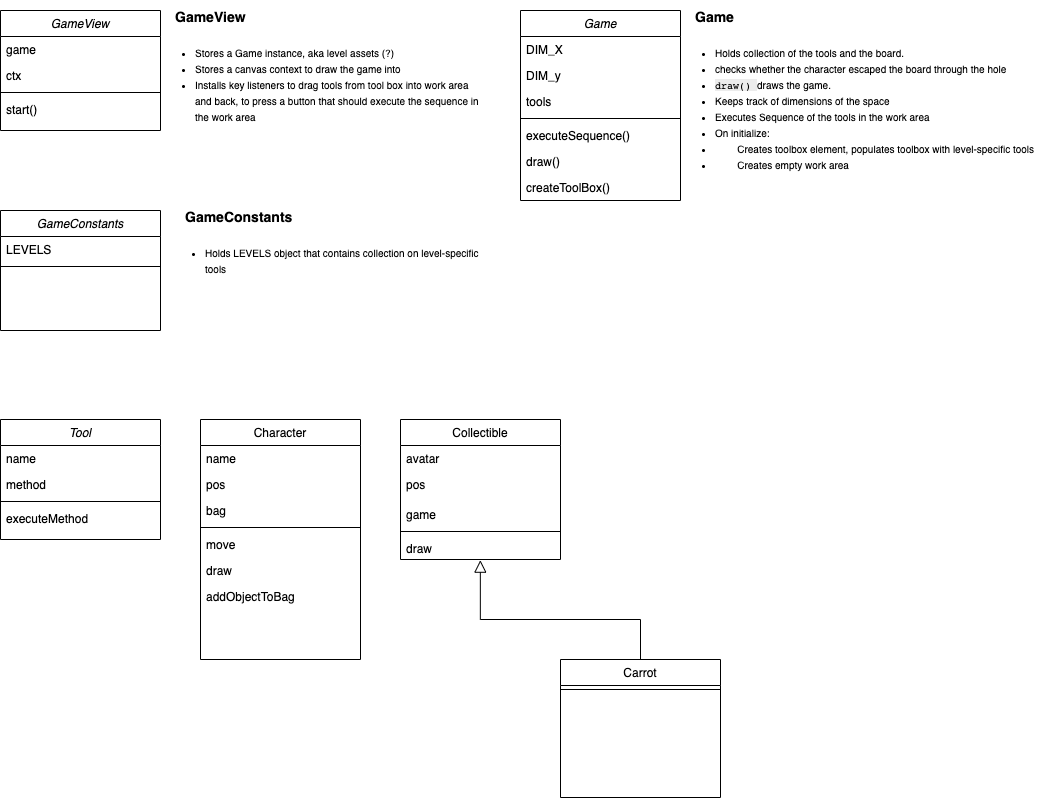
Above: design/who_stole_the_apple_class_structure.drawio.png in mariavaghani/who_stole_the_apple (draw.io), before the change. Source tidied: cells renumbered, new cells last; positions are measured from the earlier drawing's top-left corner, leaving out a move shared by most shapes.
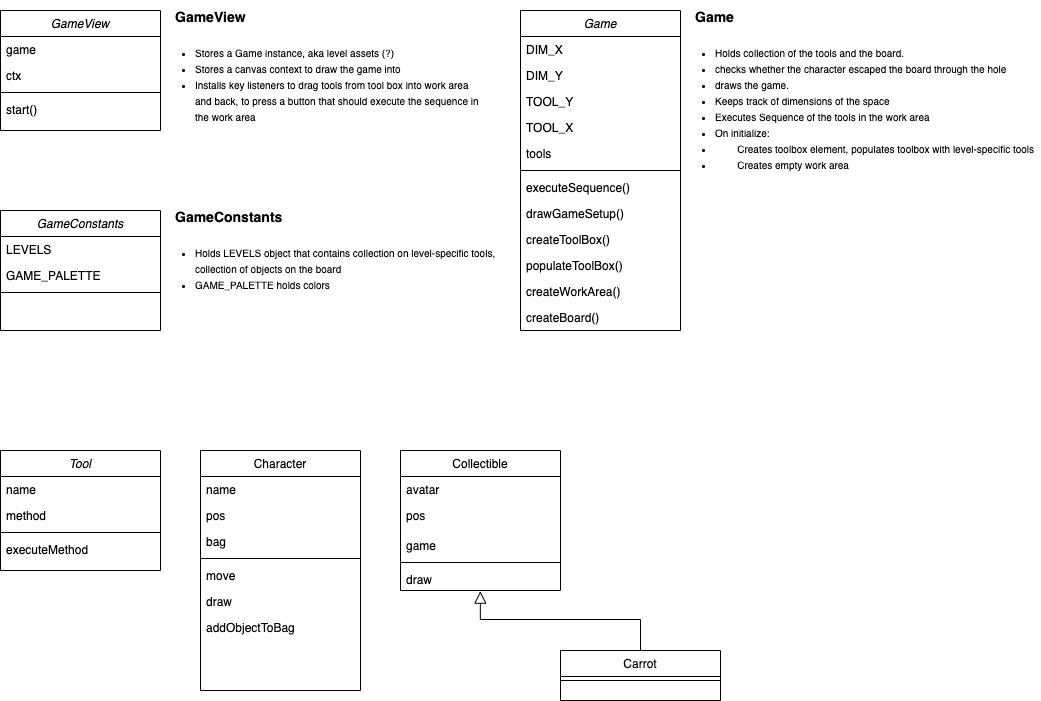
Above is the later version.

The edit, as a diff of the source:
```diff
@@ -3,7 +3,7 @@
     <mxCell id="0" />
     <mxCell id="1" parent="0" />
     <mxCell id="2" value="Character" style="swimlane;fontStyle=0;align=center;verticalAlign=top;horizontal=1;startSize=26;rounded=0;shadow=0;strokeWidth=1;" parent="1" vertex="1">
-      <mxGeometry x="200" y="409" width="160" height="240" as="geometry" />
+      <mxGeometry x="200" y="440" width="160" height="240" as="geometry" />
     </mxCell>
     <mxCell id="3" value="name" style="text;align=left;verticalAlign=top;spacingLeft=4;spacingRight=4;overflow=hidden;" parent="2" vertex="1">
       <mxGeometry y="26" width="160" height="26" as="geometry" />
@@ -27,7 +27,7 @@
       <mxGeometry y="164" width="160" height="26" as="geometry" />
     </mxCell>
     <mxCell id="10" value="Tool" style="swimlane;fontStyle=2;align=center;verticalAlign=top;horizontal=1;startSize=26;rounded=0;shadow=0;strokeWidth=1;" parent="1" vertex="1">
-      <mxGeometry y="409" width="160" height="120" as="geometry" />
+      <mxGeometry y="440" width="160" height="120" as="geometry" />
     </mxCell>
     <mxCell id="11" value="name" style="text;align=left;verticalAlign=top;spacingLeft=4;spacingRight=4;overflow=hidden;" parent="10" vertex="1">
       <mxGeometry y="26" width="160" height="26" as="geometry" />
@@ -42,7 +42,7 @@
       <mxGeometry y="86" width="160" height="26" as="geometry" />
     </mxCell>
     <mxCell id="15" value="Collectible" style="swimlane;fontStyle=0;align=center;verticalAlign=top;horizontal=1;startSize=26;rounded=0;shadow=0;strokeWidth=1;" parent="1" vertex="1">
-      <mxGeometry x="400" y="409" width="160" height="140" as="geometry" />
+      <mxGeometry x="400" y="440" width="160" height="140" as="geometry" />
     </mxCell>
     <mxCell id="16" value="avatar" style="text;align=left;verticalAlign=top;spacingLeft=4;spacingRight=4;overflow=hidden;" parent="15" vertex="1">
       <mxGeometry y="26" width="160" height="26" as="geometry" />
@@ -60,7 +60,7 @@
       <mxGeometry y="116" width="160" height="24" as="geometry" />
     </mxCell>
     <mxCell id="21" value="Carrot" style="swimlane;fontStyle=0;align=center;verticalAlign=top;horizontal=1;startSize=26;rounded=0;shadow=0;strokeWidth=1;" parent="1" vertex="1">
-      <mxGeometry x="560" y="649" width="160" height="138" as="geometry" />
+      <mxGeometry x="560" y="640" width="160" height="50" as="geometry" />
     </mxCell>
     <mxCell id="22" style="line;html=1;strokeWidth=1;align=left;verticalAlign=middle;spacingTop=-1;spacingLeft=3;spacingRight=3;labelPosition=right;" parent="21" vertex="1">
       <mxGeometry y="26" width="160" height="8" as="geometry" />
@@ -73,30 +73,45 @@
       </mxGeometry>
     </mxCell>
     <mxCell id="24" value="Game" style="swimlane;fontStyle=2;align=center;verticalAlign=top;horizontal=1;startSize=26;rounded=0;shadow=0;strokeWidth=1;" parent="1" vertex="1">
-      <mxGeometry x="520" width="160" height="190" as="geometry" />
+      <mxGeometry x="520" width="160" height="320" as="geometry" />
     </mxCell>
     <mxCell id="25" value="DIM_X" style="text;align=left;verticalAlign=top;spacingLeft=4;spacingRight=4;overflow=hidden;" parent="24" vertex="1">
       <mxGeometry y="26" width="160" height="26" as="geometry" />
     </mxCell>
-    <mxCell id="26" value="DIM_y" style="text;align=left;verticalAlign=top;spacingLeft=4;spacingRight=4;overflow=hidden;" parent="24" vertex="1">
+    <mxCell id="26" value="DIM_Y" style="text;align=left;verticalAlign=top;spacingLeft=4;spacingRight=4;overflow=hidden;" parent="24" vertex="1">
       <mxGeometry y="52" width="160" height="26" as="geometry" />
     </mxCell>
+    <mxCell id="43" value="TOOL_Y" style="text;align=left;verticalAlign=top;spacingLeft=4;spacingRight=4;overflow=hidden;" parent="24" vertex="1">
+      <mxGeometry y="78" width="160" height="26" as="geometry" />
+    </mxCell>
+    <mxCell id="44" value="TOOL_X" style="text;align=left;verticalAlign=top;spacingLeft=4;spacingRight=4;overflow=hidden;" parent="24" vertex="1">
+      <mxGeometry y="104" width="160" height="26" as="geometry" />
+    </mxCell>
     <mxCell id="27" value="tools" style="text;align=left;verticalAlign=top;spacingLeft=4;spacingRight=4;overflow=hidden;" parent="24" vertex="1">
-      <mxGeometry y="78" width="160" height="26" as="geometry" />
+      <mxGeometry y="130" width="160" height="26" as="geometry" />
     </mxCell>
     <mxCell id="28" style="line;html=1;strokeWidth=1;align=left;verticalAlign=middle;spacingTop=-1;spacingLeft=3;spacingRight=3;labelPosition=right;" parent="24" vertex="1">
-      <mxGeometry y="104" width="160" height="8" as="geometry" />
+      <mxGeometry y="156" width="160" height="8" as="geometry" />
     </mxCell>
     <mxCell id="29" value="executeSequence()" style="text;align=left;verticalAlign=top;spacingLeft=4;spacingRight=4;overflow=hidden;" parent="24" vertex="1">
-      <mxGeometry y="112" width="160" height="26" as="geometry" />
+      <mxGeometry y="164" width="160" height="26" as="geometry" />
     </mxCell>
-    <mxCell id="30" value="draw()" style="text;align=left;verticalAlign=top;spacingLeft=4;spacingRight=4;overflow=hidden;" parent="24" vertex="1">
-      <mxGeometry y="138" width="160" height="26" as="geometry" />
+    <mxCell id="30" value="drawGameSetup()" style="text;align=left;verticalAlign=top;spacingLeft=4;spacingRight=4;overflow=hidden;" parent="24" vertex="1">
+      <mxGeometry y="190" width="160" height="26" as="geometry" />
     </mxCell>
     <mxCell id="31" value="createToolBox()" style="text;align=left;verticalAlign=top;spacingLeft=4;spacingRight=4;overflow=hidden;" parent="24" vertex="1">
-      <mxGeometry y="164" width="160" height="26" as="geometry" />
+      <mxGeometry y="216" width="160" height="26" as="geometry" />
     </mxCell>
+    <mxCell id="45" value="populateToolBox()" style="text;align=left;verticalAlign=top;spacingLeft=4;spacingRight=4;overflow=hidden;" parent="24" vertex="1">
+      <mxGeometry y="242" width="160" height="26" as="geometry" />
+    </mxCell>
+    <mxCell id="46" value="createWorkArea()" style="text;align=left;verticalAlign=top;spacingLeft=4;spacingRight=4;overflow=hidden;" parent="24" vertex="1">
+      <mxGeometry y="268" width="160" height="26" as="geometry" />
+    </mxCell>
+    <mxCell id="47" value="createBoard()" style="text;align=left;verticalAlign=top;spacingLeft=4;spacingRight=4;overflow=hidden;" parent="24" vertex="1">
+      <mxGeometry y="294" width="160" height="26" as="geometry" />
+    </mxCell>
-    <mxCell id="32" value="&lt;h1 style=&quot;font-size: 14px&quot;&gt;&lt;font style=&quot;font-size: 14px&quot;&gt;Game&lt;/font&gt;&lt;/h1&gt;&lt;ul style=&quot;margin: 20px auto 40px ; padding: 0px 0px 0px 20px ; border: 0px ; outline: 0px ; font-stretch: inherit ; line-height: 1.6 ; vertical-align: baseline ; list-style-position: outside ; list-style-image: none ; max-width: 700px ; font-size: 10px&quot;&gt;&lt;li style=&quot;background-color: rgb(255 , 255 , 255)&quot;&gt;&lt;span style=&quot;font-size: 10px ; color: inherit ; font-family: inherit ; font-style: inherit ; background-color: rgb(255 , 255 , 255)&quot;&gt;Holds collection of the tools and the board.&lt;/span&gt;&lt;/li&gt;&lt;li style=&quot;background-color: rgb(255 , 255 , 255)&quot;&gt;checks whether the character escaped the board through the hole&lt;/li&gt;&lt;li&gt;&lt;span style=&quot;font-size: 10px ; color: inherit ; font-style: inherit ; background-color: rgba(0 , 0 , 0 , 0.075)&quot;&gt;&lt;font face=&quot;inconsolata, monospace&quot;&gt;draw()&amp;nbsp;&lt;/font&gt;&lt;/span&gt;&lt;span style=&quot;background-color: rgb(255 , 255 , 255) ; font-size: 10px ; color: inherit ; font-family: inherit ; font-style: inherit&quot;&gt;draws the game.&lt;/span&gt;&lt;/li&gt;&lt;li style=&quot;background-color: rgb(255 , 255 , 255)&quot;&gt;&lt;span style=&quot;font-size: 10px ; color: inherit ; font-family: inherit ; font-style: inherit ; background-color: rgb(255 , 255 , 255)&quot;&gt;Keeps track of dimensions of the space&lt;/span&gt;&lt;/li&gt;&lt;li style=&quot;background-color: rgb(255 , 255 , 255)&quot;&gt;&lt;span style=&quot;font-size: 10px ; color: inherit ; font-family: inherit ; font-style: inherit ; background-color: rgb(255 , 255 , 255)&quot;&gt;Executes Sequence of the tools in the work area&lt;/span&gt;&lt;/li&gt;&lt;li style=&quot;background-color: rgb(255 , 255 , 255)&quot;&gt;&lt;span style=&quot;font-size: 10px ; color: inherit ; font-family: inherit ; font-style: inherit ; background-color: rgb(255 , 255 , 255)&quot;&gt;On initialize:&lt;/span&gt;&lt;/li&gt;&lt;li style=&quot;background-color: rgb(255 , 255 , 255)&quot;&gt;&lt;span style=&quot;font-size: 10px ; color: inherit ; font-family: inherit ; font-style: inherit ; background-color: rgb(255 , 255 , 255)&quot;&gt;&lt;span style=&quot;white-space: pre&quot;&gt;&#9;&lt;/span&gt;Creates toolbox element, populates toolbox with level-specific tools&lt;br&gt;&lt;/span&gt;&lt;/li&gt;&lt;li style=&quot;background-color: rgb(255 , 255 , 255)&quot;&gt;&lt;span style=&quot;font-size: 10px ; color: inherit ; font-family: inherit ; font-style: inherit ; background-color: rgb(255 , 255 , 255)&quot;&gt;&lt;span style=&quot;white-space: pre&quot;&gt;&#9;&lt;/span&gt;Creates empty work area&lt;br&gt;&lt;/span&gt;&lt;/li&gt;&lt;/ul&gt;" style="text;html=1;strokeColor=none;fillColor=none;spacing=5;spacingTop=-20;whiteSpace=wrap;overflow=hidden;rounded=0;" parent="1" vertex="1">
+    <mxCell id="32" value="&lt;h1 style=&quot;font-size: 14px&quot;&gt;&lt;font style=&quot;font-size: 14px&quot;&gt;Game&lt;/font&gt;&lt;/h1&gt;&lt;ul style=&quot;margin: 20px auto 40px ; padding: 0px 0px 0px 20px ; border: 0px ; outline: 0px ; font-stretch: inherit ; line-height: 1.6 ; vertical-align: baseline ; list-style-position: outside ; list-style-image: none ; max-width: 700px ; font-size: 10px&quot;&gt;&lt;li style=&quot;background-color: rgb(255 , 255 , 255)&quot;&gt;&lt;span style=&quot;font-size: 10px ; color: inherit ; font-family: inherit ; font-style: inherit ; background-color: rgb(255 , 255 , 255)&quot;&gt;Holds collection of the tools and the board.&lt;/span&gt;&lt;/li&gt;&lt;li style=&quot;background-color: rgb(255 , 255 , 255)&quot;&gt;checks whether the character escaped the board through the hole&lt;/li&gt;&lt;li&gt;&lt;span style=&quot;background-color: rgb(255 , 255 , 255) ; font-size: 10px ; color: inherit ; font-family: inherit ; font-style: inherit&quot;&gt;draws the game.&lt;/span&gt;&lt;/li&gt;&lt;li style=&quot;background-color: rgb(255 , 255 , 255)&quot;&gt;&lt;span style=&quot;font-size: 10px ; color: inherit ; font-family: inherit ; font-style: inherit ; background-color: rgb(255 , 255 , 255)&quot;&gt;Keeps track of dimensions of the space&lt;/span&gt;&lt;/li&gt;&lt;li style=&quot;background-color: rgb(255 , 255 , 255)&quot;&gt;&lt;span style=&quot;font-size: 10px ; color: inherit ; font-family: inherit ; font-style: inherit ; background-color: rgb(255 , 255 , 255)&quot;&gt;Executes Sequence of the tools in the work area&lt;/span&gt;&lt;/li&gt;&lt;li style=&quot;background-color: rgb(255 , 255 , 255)&quot;&gt;&lt;span style=&quot;font-size: 10px ; color: inherit ; font-family: inherit ; font-style: inherit ; background-color: rgb(255 , 255 , 255)&quot;&gt;On initialize:&lt;/span&gt;&lt;/li&gt;&lt;li style=&quot;background-color: rgb(255 , 255 , 255)&quot;&gt;&lt;span style=&quot;font-size: 10px ; color: inherit ; font-family: inherit ; font-style: inherit ; background-color: rgb(255 , 255 , 255)&quot;&gt;&lt;span style=&quot;white-space: pre&quot;&gt;&#9;&lt;/span&gt;Creates toolbox element, populates toolbox with level-specific tools&lt;br&gt;&lt;/span&gt;&lt;/li&gt;&lt;li style=&quot;background-color: rgb(255 , 255 , 255)&quot;&gt;&lt;span style=&quot;font-size: 10px ; color: inherit ; font-family: inherit ; font-style: inherit ; background-color: rgb(255 , 255 , 255)&quot;&gt;&lt;span style=&quot;white-space: pre&quot;&gt;&#9;&lt;/span&gt;Creates empty work area&lt;br&gt;&lt;/span&gt;&lt;/li&gt;&lt;/ul&gt;" style="text;html=1;strokeColor=none;fillColor=none;spacing=5;spacingTop=-20;whiteSpace=wrap;overflow=hidden;rounded=0;" parent="1" vertex="1">
       <mxGeometry x="690" width="350" height="190" as="geometry" />
     </mxCell>
     <mxCell id="33" value="GameView" style="swimlane;fontStyle=2;align=center;verticalAlign=top;horizontal=1;startSize=26;rounded=0;shadow=0;strokeWidth=1;" parent="1" vertex="1">
@@ -123,11 +138,14 @@
     <mxCell id="40" value="LEVELS" style="text;align=left;verticalAlign=top;spacingLeft=4;spacingRight=4;overflow=hidden;" parent="39" vertex="1">
       <mxGeometry y="26" width="160" height="26" as="geometry" />
     </mxCell>
+    <mxCell id="48" value="GAME_PALETTE" style="text;align=left;verticalAlign=top;spacingLeft=4;spacingRight=4;overflow=hidden;" parent="39" vertex="1">
+      <mxGeometry y="52" width="160" height="26" as="geometry" />
+    </mxCell>
     <mxCell id="41" style="line;html=1;strokeWidth=1;align=left;verticalAlign=middle;spacingTop=-1;spacingLeft=3;spacingRight=3;labelPosition=right;" parent="39" vertex="1">
-      <mxGeometry y="52" width="160" height="8" as="geometry" />
+      <mxGeometry y="78" width="160" height="8" as="geometry" />
     </mxCell>
-    <mxCell id="42" value="&lt;h1 style=&quot;font-size: 14px&quot;&gt;&lt;font style=&quot;font-size: 14px&quot;&gt;GameConstants&lt;/font&gt;&lt;/h1&gt;&lt;ul style=&quot;margin: 20px auto 40px ; padding: 0px 0px 0px 20px ; border: 0px ; outline: 0px ; font-stretch: inherit ; line-height: 1.6 ; vertical-align: baseline ; list-style-position: outside ; list-style-image: none ; max-width: 700px ; font-size: 10px&quot;&gt;&lt;li style=&quot;background-color: rgb(255 , 255 , 255)&quot;&gt;Holds LEVELS object that contains collection on level-specific tools&lt;/li&gt;&lt;/ul&gt;" style="text;html=1;strokeColor=none;fillColor=none;spacing=5;spacingTop=-20;whiteSpace=wrap;overflow=hidden;rounded=0;" parent="1" vertex="1">
-      <mxGeometry x="180" y="200" width="320" height="80" as="geometry" />
+    <mxCell id="42" value="&lt;h1 style=&quot;font-size: 14px&quot;&gt;&lt;font style=&quot;font-size: 14px&quot;&gt;GameConstants&lt;/font&gt;&lt;/h1&gt;&lt;ul style=&quot;margin: 20px auto 40px ; padding: 0px 0px 0px 20px ; border: 0px ; outline: 0px ; font-stretch: inherit ; line-height: 1.6 ; vertical-align: baseline ; list-style-position: outside ; list-style-image: none ; max-width: 700px ; font-size: 10px&quot;&gt;&lt;li style=&quot;background-color: rgb(255 , 255 , 255)&quot;&gt;Holds LEVELS object that contains collection on level-specific tools, collection of objects on the board&lt;/li&gt;&lt;li style=&quot;background-color: rgb(255 , 255 , 255)&quot;&gt;GAME_PALETTE holds colors&amp;nbsp;&lt;/li&gt;&lt;/ul&gt;" style="text;html=1;strokeColor=none;fillColor=none;spacing=5;spacingTop=-20;whiteSpace=wrap;overflow=hidden;rounded=0;" parent="1" vertex="1">
+      <mxGeometry x="170" y="200" width="330" height="90" as="geometry" />
     </mxCell>
   </root>
 </mxGraphModel>
```
